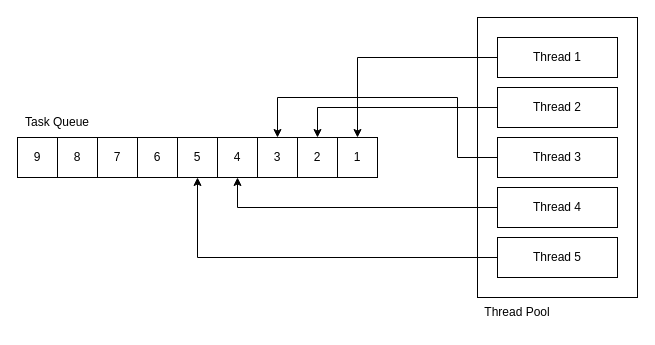
The draw.io diagram Report/images/assets/ThreadPool1.drawio in TommasoCosimi/UniMORE_OperatingSystemsDesign_Project, before the edit. Source tidied: cells renumbered, new cells numbered last; positions are measured from the earlier drawing's top-left corner, leaving out a move shared by most shapes. Both pictures are drawn from the tidied source at 100%, with x=0, y=0 at pixel (17, 17).
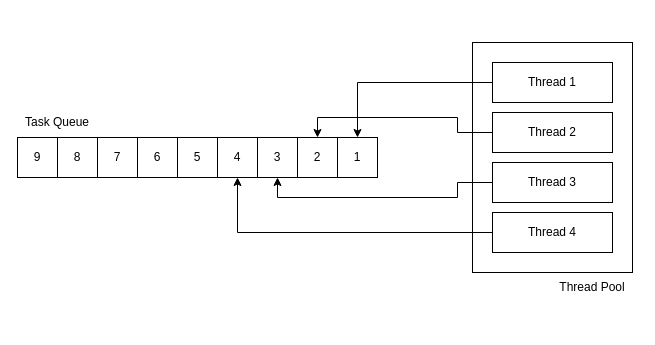
Above is the later version.

The change refers to these unchanged cells:
```xml
<mxCell id="17" style="rounded=0;whiteSpace=wrap;html=1;" parent="1" vertex="1">
  <mxGeometry x="160" y="120" width="40" height="40" as="geometry" />
</mxCell>
<mxCell id="19" style="rounded=0;whiteSpace=wrap;html=1;" parent="1" vertex="1">
  <mxGeometry x="240" y="120" width="40" height="40" as="geometry" />
</mxCell>
<mxCell id="20" style="rounded=0;whiteSpace=wrap;html=1;" parent="1" vertex="1">
  <mxGeometry x="280" y="120" width="40" height="40" as="geometry" />
</mxCell>
```

What changed in the source:
```diff
@@
     <mxCell id="2" style="rounded=0;whiteSpace=wrap;html=1;" parent="1" vertex="1">
-      <mxGeometry x="460" width="160" height="280" as="geometry" />
+      <mxGeometry x="455" y="25" width="160" height="230" as="geometry" />
     </mxCell>
@@
     <mxCell id="4" style="rounded=0;whiteSpace=wrap;html=1;" parent="1" vertex="1">
-      <mxGeometry x="480" y="20" width="120" height="40" as="geometry" />
+      <mxGeometry x="475" y="45" width="120" height="40" as="geometry" />
     </mxCell>
     <mxCell id="5" style="edgeStyle=orthogonalEdgeStyle;rounded=0;jettySize=auto;html=1;exitX=0;exitY=0.5;exitDx=0;exitDy=0;entryX=0.5;entryY=0;entryDx=0;entryDy=0;" parent="1" edge="1" source="6" target="20">
-      <mxGeometry relative="1" as="geometry" />
+      <mxGeometry relative="1" as="geometry">
+        <Array as="points">
+          <mxPoint x="440" y="115" />
+          <mxPoint x="440" y="100" />
+          <mxPoint x="300" y="100" />
+        </Array>
+      </mxGeometry>
     </mxCell>
     <mxCell id="6" style="rounded=0;whiteSpace=wrap;html=1;" parent="1" vertex="1">
-      <mxGeometry x="480" y="70" width="120" height="40" as="geometry" />
+      <mxGeometry x="475" y="95" width="120" height="40" as="geometry" />
     </mxCell>
-    <mxCell id="7" style="edgeStyle=orthogonalEdgeStyle;rounded=0;jettySize=auto;html=1;exitX=0;exitY=0.5;exitDx=0;exitDy=0;entryX=0.5;entryY=0;entryDx=0;entryDy=0;" parent="1" edge="1" source="8" target="19">
+    <mxCell id="7" style="edgeStyle=orthogonalEdgeStyle;rounded=0;jettySize=auto;html=1;exitX=0;exitY=0.5;exitDx=0;exitDy=0;entryX=0.5;entryY=1;entryDx=0;entryDy=0;" parent="1" edge="1" source="8" target="19">
       <mxGeometry relative="1" as="geometry">
         <Array as="points">
-          <mxPoint x="440" y="140" />
-          <mxPoint x="440" y="80" />
-          <mxPoint x="260" y="80" />
+          <mxPoint x="440" y="165" />
+          <mxPoint x="440" y="180" />
+          <mxPoint x="260" y="180" />
         </Array>
       </mxGeometry>
     </mxCell>
     <mxCell id="8" style="rounded=0;whiteSpace=wrap;html=1;" parent="1" vertex="1">
-      <mxGeometry x="480" y="120" width="120" height="40" as="geometry" />
+      <mxGeometry x="475" y="145" width="120" height="40" as="geometry" />
     </mxCell>
@@
     <mxCell id="10" style="rounded=0;whiteSpace=wrap;html=1;" parent="1" vertex="1">
-      <mxGeometry x="480" y="170" width="120" height="40" as="geometry" />
+      <mxGeometry x="475" y="195" width="120" height="40" as="geometry" />
     </mxCell>
-    <mxCell id="11" style="edgeStyle=orthogonalEdgeStyle;rounded=0;jettySize=auto;html=1;exitX=0;exitY=0.5;exitDx=0;exitDy=0;entryX=0.5;entryY=1;entryDx=0;entryDy=0;" parent="1" edge="1" source="12" target="17">
-      <mxGeometry relative="1" as="geometry" />
-    </mxCell>
-    <mxCell id="12" style="rounded=0;whiteSpace=wrap;html=1;" parent="1" vertex="1">
-      <mxGeometry x="480" y="220" width="120" height="40" as="geometry" />
-    </mxCell>
@@
     <mxCell id="22" value="Thread 1" style="text;html=1;strokeColor=none;fillColor=none;align=center;verticalAlign=middle;whiteSpace=wrap;rounded=0;" parent="1" vertex="1">
-      <mxGeometry x="510" y="25" width="60" height="30" as="geometry" />
+      <mxGeometry x="505" y="50" width="60" height="30" as="geometry" />
     </mxCell>
     <mxCell id="23" value="Thread 2" style="text;html=1;strokeColor=none;fillColor=none;align=center;verticalAlign=middle;whiteSpace=wrap;rounded=0;fontStyle=0;" parent="1" vertex="1">
-      <mxGeometry x="510" y="75" width="60" height="30" as="geometry" />
+      <mxGeometry x="505" y="100" width="60" height="30" as="geometry" />
     </mxCell>
     <mxCell id="24" value="Thread 3" style="text;html=1;strokeColor=none;fillColor=none;align=center;verticalAlign=middle;whiteSpace=wrap;rounded=0;" parent="1" vertex="1">
-      <mxGeometry x="510" y="125" width="60" height="30" as="geometry" />
+      <mxGeometry x="505" y="150" width="60" height="30" as="geometry" />
     </mxCell>
     <mxCell id="25" value="Thread 4" style="text;html=1;strokeColor=none;fillColor=none;align=center;verticalAlign=middle;whiteSpace=wrap;rounded=0;" parent="1" vertex="1">
-      <mxGeometry x="510" y="175" width="60" height="30" as="geometry" />
+      <mxGeometry x="505" y="200" width="60" height="30" as="geometry" />
     </mxCell>
-    <mxCell id="26" value="Thread 5" style="text;html=1;strokeColor=none;fillColor=none;align=center;verticalAlign=middle;whiteSpace=wrap;rounded=0;" parent="1" vertex="1">
-      <mxGeometry x="510" y="225" width="60" height="30" as="geometry" />
-    </mxCell>
@@
     <mxCell id="37" value="Thread Pool" style="text;html=1;strokeColor=none;fillColor=none;align=center;verticalAlign=middle;whiteSpace=wrap;rounded=0;" parent="1" vertex="1">
-      <mxGeometry x="460" y="280" width="80" height="30" as="geometry" />
+      <mxGeometry x="535" y="255" width="80" height="30" as="geometry" />
     </mxCell>
```
